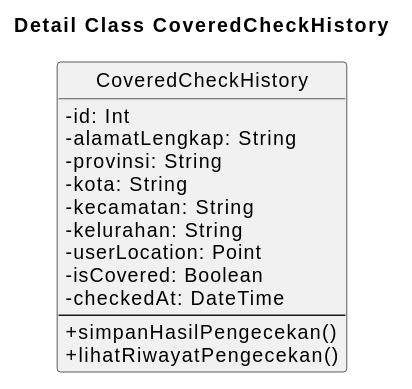
The PlantUML diagram docs/plantuml/detail-classes/detail-class-covered-check-history.svg in janbu12/nemafi-be, before a commit. Its diagram source:
```plantuml
@startuml
title Detail Class CoveredCheckHistory

skinparam classAttributeIconSize 0
hide circle

class CoveredCheckHistory {
  - id: Int
  - alamatLengkap: String
  - provinsi: String
  - kota: String
  - kecamatan: String
  - kelurahan: String
  - userLocation: Point
  - isCovered: Boolean
  - checkedAt: DateTime
  --
  + simpanHasilPengecekan()
  + lihatRiwayatPengecekan()
}
@enduml
```
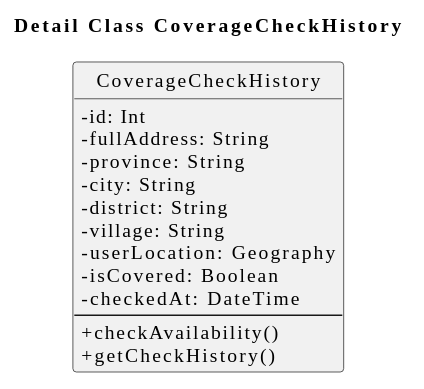
The same file after the commit.

Diff of the diagram source:
```diff
@@ -1,21 +1,23 @@
 @startuml
-title Detail Class CoveredCheckHistory
+title Detail Class CoverageCheckHistory
 
 skinparam classAttributeIconSize 0
+skinparam shadowing false
+skinparam defaultFontName "Times New Roman"
 hide circle
 
-class CoveredCheckHistory {
+class CoverageCheckHistory {
   - id: Int
-  - alamatLengkap: String
-  - provinsi: String
-  - kota: String
-  - kecamatan: String
-  - kelurahan: String
-  - userLocation: Point
+  - fullAddress: String
+  - province: String
+  - city: String
+  - district: String
+  - village: String
+  - userLocation: Geography
   - isCovered: Boolean
   - checkedAt: DateTime
   --
-  + simpanHasilPengecekan()
-  + lihatRiwayatPengecekan()
+  + checkAvailability()
+  + getCheckHistory()
 }
 @enduml
```
